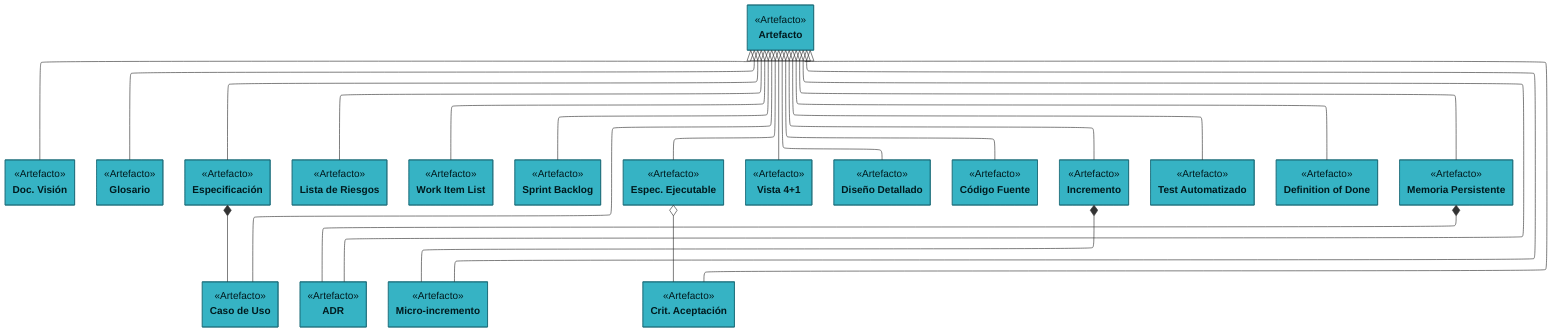
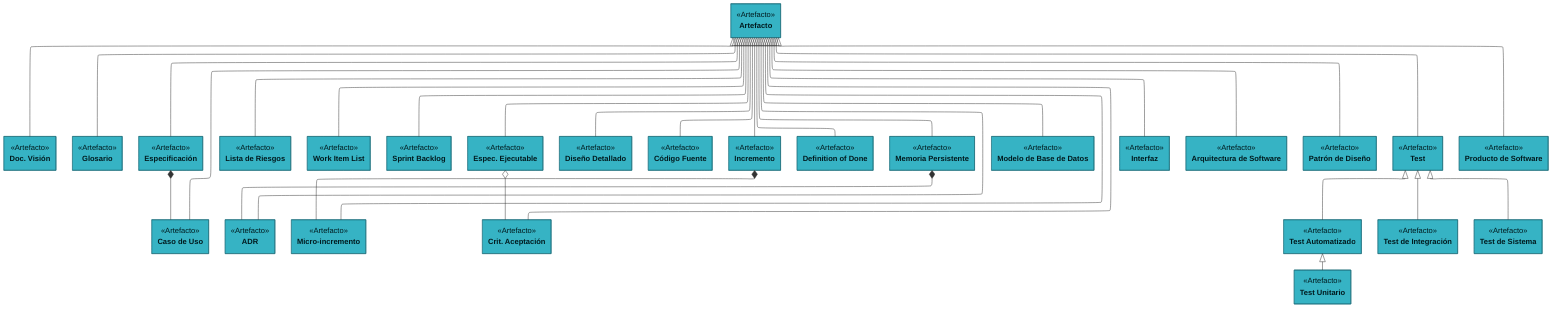
---
config:
    layout: elk
    class:
        hideEmptyMembersBox: true
---
classDiagram
- 
class Artefacto["Artefacto"]:::artefacto {
    <<Artefacto>>
}
class DocVision["Doc. Visión"]:::artefacto {
    <<Artefacto>>
}
class Glosario["Glosario"]:::artefacto {
    <<Artefacto>>
}
class CasoUso["Caso de Uso"]:::artefacto {
    <<Artefacto>>
}
class Especificacion["Especificación"]:::artefacto {
    <<Artefacto>>
}
class ListaRiesgos["Lista de Riesgos"]:::artefacto {
    <<Artefacto>>
}
class WorkItemList["Work Item List"]:::artefacto {
    <<Artefacto>>
}
class SprintBacklog["Sprint Backlog"]:::artefacto {
    <<Artefacto>>
}
class EspecEjecutable["Espec. Ejecutable"]:::artefacto {
-     <<Artefacto>>
- }
- class Vista41["Vista 4+1"]:::artefacto {
    <<Artefacto>>
}
class ADR["ADR"]:::artefacto {
    <<Artefacto>>
}
class DisenioDetallado["Diseño Detallado"]:::artefacto {
    <<Artefacto>>
}
class CodigoFuente["Código Fuente"]:::artefacto {
    <<Artefacto>>
}
class MicroIncremento["Micro-incremento"]:::artefacto {
    <<Artefacto>>
}
class Incremento["Incremento"]:::artefacto {
    <<Artefacto>>
}
class CriteriosAceptacion["Crit. Aceptación"]:::artefacto {
    <<Artefacto>>
}
class TestAutomatizado["Test Automatizado"]:::artefacto {
    <<Artefacto>>
}
class DoD["Definition of Done"]:::artefacto {
    <<Artefacto>>
}
class MemoriaPersistente["Memoria Persistente"]:::artefacto {
    <<Artefacto>>
}
+ class ModeloBBDD["Modelo de Base de Datos"]:::artefacto {
+     <<Artefacto>>
+ }
+ class Interfaz["Interfaz"]:::artefacto {
+     <<Artefacto>>
+ }
+ class ArquitecturaSoftware["Arquitectura de Software"]:::artefacto {
+     <<Artefacto>>
+ }
+ class PatronDisenio["Patrón de Diseño"]:::artefacto {
+     <<Artefacto>>
+ }
+ class Test["Test"]:::artefacto {
+     <<Artefacto>>
+ }
+ class TestUnitario["Test Unitario"]:::artefacto {
+     <<Artefacto>>
+ }
+ class TestIntegracion["Test de Integración"]:::artefacto {
+     <<Artefacto>>
+ }
+ class TestSistema["Test de Sistema"]:::artefacto {
+     <<Artefacto>>
+ }
+ class ProductoSoftware["Producto de Software"]:::artefacto {
+     <<Artefacto>>
+ }

Artefacto <|-- DocVision
Artefacto <|-- Glosario
Artefacto <|-- CasoUso
Artefacto <|-- Especificacion
Artefacto <|-- ListaRiesgos
Artefacto <|-- WorkItemList
Artefacto <|-- SprintBacklog
Artefacto <|-- EspecEjecutable
- Artefacto <|-- Vista41
Artefacto <|-- ADR
Artefacto <|-- DisenioDetallado
Artefacto <|-- CodigoFuente
Artefacto <|-- MicroIncremento
Artefacto <|-- Incremento
Artefacto <|-- CriteriosAceptacion
- Artefacto <|-- TestAutomatizado
+ Artefacto <|-- Test
Artefacto <|-- DoD
Artefacto <|-- MemoriaPersistente
- 
+ Artefacto <|-- ModeloBBDD
+ Artefacto <|-- Interfaz
+ Artefacto <|-- ArquitecturaSoftware
+ Artefacto <|-- PatronDisenio
+ Artefacto <|-- ProductoSoftware
+ Test <|-- TestAutomatizado
+ TestAutomatizado <|-- TestUnitario
+ Test <|-- TestIntegracion
+ Test <|-- TestSistema
Especificacion *-- CasoUso
EspecEjecutable o-- CriteriosAceptacion
MemoriaPersistente *-- ADR
Incremento *-- MicroIncremento

classDef artefacto fill:#36b3c4,stroke:#1d6e7a,color:#001a1e